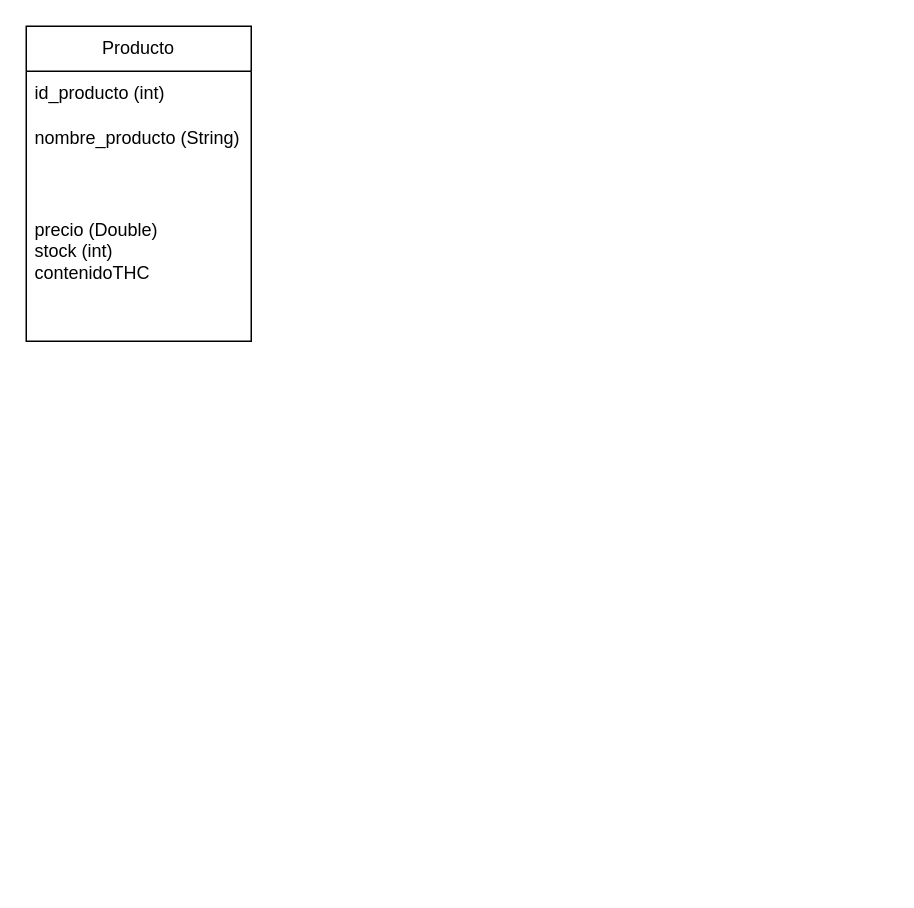
BocamoCM/cannagrowDAM keeps this draw.io diagram as BD archivos/BaseDeDatosCannaGrow.drawio. Above is the earlier version. Source tidied: cells renumbered, new cells numbered last; positions are measured from the earlier drawing's top-left corner, leaving out a move shared by most shapes. Both pictures are drawn from the tidied source at 150%, with x=0, y=0 at pixel (26, 26).
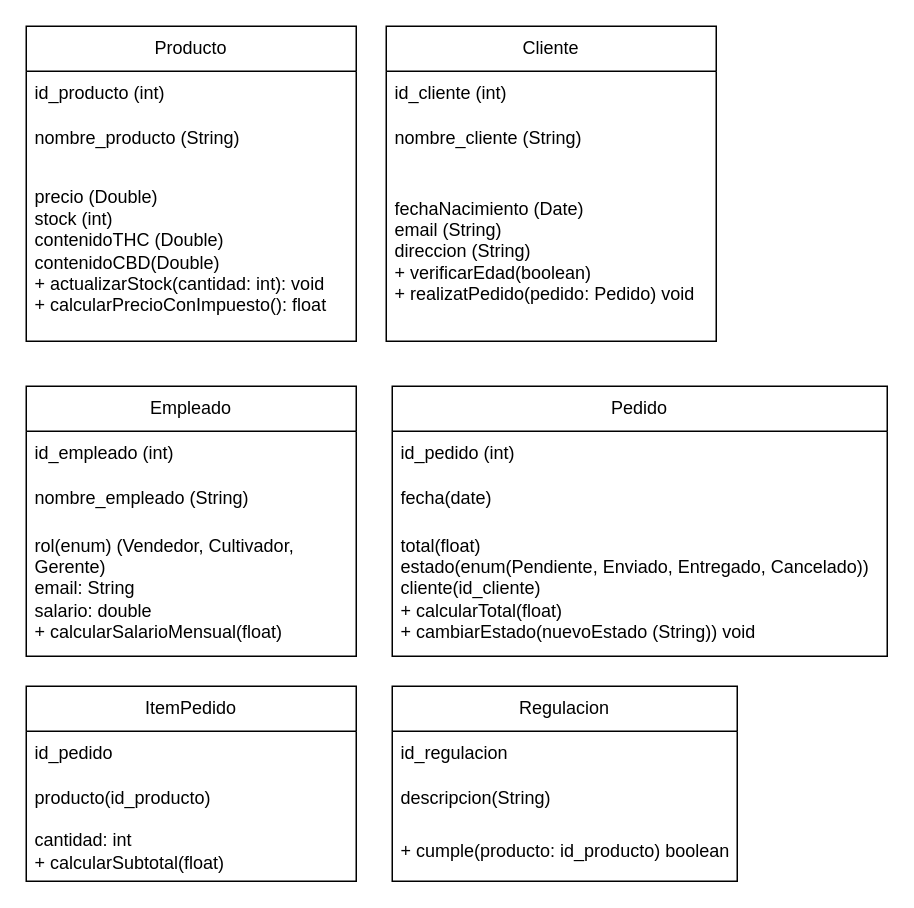
Above is the later version.

Commit message:
UML hecho

Diff of the diagram source:
```diff
@@
     <mxCell id="2" value="Producto" style="swimlane;fontStyle=0;horizontal=1;startSize=30;whiteSpace=wrap;html=1;" parent="1" vertex="1">
-      <mxGeometry width="150" height="210" as="geometry" />
+      <mxGeometry width="220" height="210" as="geometry" />
     </mxCell>
     <mxCell id="3" value="id_producto (int)" style="text;strokeColor=none;fillColor=none;align=left;verticalAlign=middle;spacingLeft=4;spacingRight=4;overflow=hidden;whiteSpace=wrap;html=1;" parent="2" vertex="1">
-      <mxGeometry y="30" width="150" height="30" as="geometry" />
+      <mxGeometry y="30" width="220" height="30" as="geometry" />
     </mxCell>
     <mxCell id="4" value="nombre_producto (String)" style="text;strokeColor=none;fillColor=none;align=left;verticalAlign=middle;spacingLeft=4;spacingRight=4;overflow=hidden;whiteSpace=wrap;html=1;" parent="2" vertex="1">
-      <mxGeometry y="60" width="150" height="30" as="geometry" />
+      <mxGeometry y="60" width="220" height="30" as="geometry" />
     </mxCell>
-    <mxCell id="5" value="precio (Double)&lt;div&gt;stock (int)&lt;/div&gt;&lt;div&gt;contenidoTHC&amp;nbsp;&lt;/div&gt;" style="text;strokeColor=none;fillColor=none;align=left;verticalAlign=middle;spacingLeft=4;spacingRight=4;overflow=hidden;whiteSpace=wrap;html=1;" parent="2" vertex="1">
-      <mxGeometry y="90" width="150" height="120" as="geometry" />
+    <mxCell id="5" value="precio (Double)&lt;div&gt;stock (int)&lt;/div&gt;&lt;div&gt;contenidoTHC (Double)&lt;/div&gt;&lt;div&gt;contenidoCBD(Double)&lt;/div&gt;&lt;div&gt;+ actualizarStock(cantidad: int): void&lt;/div&gt;&lt;div&gt;+ calcularPrecioConImpuesto(): float&amp;nbsp;&lt;/div&gt;" style="text;strokeColor=none;fillColor=none;align=left;verticalAlign=middle;spacingLeft=4;spacingRight=4;overflow=hidden;whiteSpace=wrap;html=1;" parent="2" vertex="1">
+      <mxGeometry y="90" width="220" height="120" as="geometry" />
     </mxCell>
+    <mxCell id="6" value="Cliente" style="swimlane;fontStyle=0;horizontal=1;startSize=30;whiteSpace=wrap;html=1;" parent="1" vertex="1">
+      <mxGeometry x="240" width="220" height="210" as="geometry" />
+    </mxCell>
+    <mxCell id="7" value="id_cliente (int)" style="text;strokeColor=none;fillColor=none;align=left;verticalAlign=middle;spacingLeft=4;spacingRight=4;overflow=hidden;whiteSpace=wrap;html=1;" parent="6" vertex="1">
+      <mxGeometry y="30" width="220" height="30" as="geometry" />
+    </mxCell>
+    <mxCell id="8" value="nombre_cliente (String)" style="text;strokeColor=none;fillColor=none;align=left;verticalAlign=middle;spacingLeft=4;spacingRight=4;overflow=hidden;whiteSpace=wrap;html=1;" parent="6" vertex="1">
+      <mxGeometry y="60" width="220" height="30" as="geometry" />
+    </mxCell>
+    <mxCell id="9" value="fechaNacimiento (Date)&lt;div&gt;email (String)&lt;/div&gt;&lt;div&gt;direccion (String)&lt;/div&gt;&lt;div&gt;+ verificarEdad(boolean)&lt;/div&gt;&lt;div&gt;+ realizatPedido(pedido: Pedido) void&lt;/div&gt;" style="text;strokeColor=none;fillColor=none;align=left;verticalAlign=middle;spacingLeft=4;spacingRight=4;overflow=hidden;whiteSpace=wrap;html=1;" parent="6" vertex="1">
+      <mxGeometry y="90" width="220" height="120" as="geometry" />
+    </mxCell>
+    <mxCell id="10" value="Empleado" style="swimlane;fontStyle=0;horizontal=1;startSize=30;whiteSpace=wrap;html=1;" parent="1" vertex="1">
+      <mxGeometry y="240" width="220" height="180" as="geometry" />
+    </mxCell>
+    <mxCell id="11" value="id_empleado (int)" style="text;strokeColor=none;fillColor=none;align=left;verticalAlign=middle;spacingLeft=4;spacingRight=4;overflow=hidden;whiteSpace=wrap;html=1;" parent="10" vertex="1">
+      <mxGeometry y="30" width="220" height="30" as="geometry" />
+    </mxCell>
+    <mxCell id="12" value="nombre_empleado (String)" style="text;strokeColor=none;fillColor=none;align=left;verticalAlign=middle;spacingLeft=4;spacingRight=4;overflow=hidden;whiteSpace=wrap;html=1;" parent="10" vertex="1">
+      <mxGeometry y="60" width="220" height="30" as="geometry" />
+    </mxCell>
+    <mxCell id="13" value="rol(enum) (Vendedor, Cultivador, Gerente)&lt;div&gt;email: String&lt;/div&gt;&lt;div&gt;salario: double&lt;/div&gt;&lt;div&gt;+ calcularSalarioMensual(float)&lt;/div&gt;" style="text;strokeColor=none;fillColor=none;align=left;verticalAlign=middle;spacingLeft=4;spacingRight=4;overflow=hidden;whiteSpace=wrap;html=1;" parent="10" vertex="1">
+      <mxGeometry y="90" width="220" height="90" as="geometry" />
+    </mxCell>
+    <mxCell id="14" value="Pedido" style="swimlane;fontStyle=0;horizontal=1;startSize=30;whiteSpace=wrap;html=1;" parent="1" vertex="1">
+      <mxGeometry x="244" y="240" width="330" height="180" as="geometry" />
+    </mxCell>
+    <mxCell id="15" value="id_pedido (int)" style="text;strokeColor=none;fillColor=none;align=left;verticalAlign=middle;spacingLeft=4;spacingRight=4;overflow=hidden;whiteSpace=wrap;html=1;" parent="14" vertex="1">
+      <mxGeometry y="30" width="330" height="30" as="geometry" />
+    </mxCell>
+    <mxCell id="16" value="fecha(date)" style="text;strokeColor=none;fillColor=none;align=left;verticalAlign=middle;spacingLeft=4;spacingRight=4;overflow=hidden;whiteSpace=wrap;html=1;" parent="14" vertex="1">
+      <mxGeometry y="60" width="330" height="30" as="geometry" />
+    </mxCell>
+    <mxCell id="17" value="total(float)&lt;div&gt;estado(enum(Pendiente, Enviado, Entregado, Cancelado))&lt;/div&gt;&lt;div&gt;cliente(id_cliente)&lt;/div&gt;&lt;div&gt;+ calcularTotal(float)&lt;/div&gt;&lt;div&gt;+ cambiarEstado(nuevoEstado (String)) void&lt;/div&gt;" style="text;strokeColor=none;fillColor=none;align=left;verticalAlign=middle;spacingLeft=4;spacingRight=4;overflow=hidden;whiteSpace=wrap;html=1;" parent="14" vertex="1">
+      <mxGeometry y="90" width="330" height="90" as="geometry" />
+    </mxCell>
+    <mxCell id="18" value="ItemPedido" style="swimlane;fontStyle=0;horizontal=1;startSize=30;whiteSpace=wrap;html=1;" parent="1" vertex="1">
+      <mxGeometry y="440" width="220" height="130" as="geometry" />
+    </mxCell>
+    <mxCell id="19" value="id_pedido" style="text;strokeColor=none;fillColor=none;align=left;verticalAlign=middle;spacingLeft=4;spacingRight=4;overflow=hidden;whiteSpace=wrap;html=1;" parent="18" vertex="1">
+      <mxGeometry y="30" width="220" height="30" as="geometry" />
+    </mxCell>
+    <mxCell id="20" value="producto(id_producto)" style="text;strokeColor=none;fillColor=none;align=left;verticalAlign=middle;spacingLeft=4;spacingRight=4;overflow=hidden;whiteSpace=wrap;html=1;" parent="18" vertex="1">
+      <mxGeometry y="60" width="220" height="30" as="geometry" />
+    </mxCell>
+    <mxCell id="21" value="cantidad: int&lt;div&gt;+ calcularSubtotal(float)&lt;/div&gt;" style="text;strokeColor=none;fillColor=none;align=left;verticalAlign=middle;spacingLeft=4;spacingRight=4;overflow=hidden;whiteSpace=wrap;html=1;" parent="18" vertex="1">
+      <mxGeometry y="90" width="220" height="40" as="geometry" />
+    </mxCell>
+    <mxCell id="22" value="Regulacion" style="swimlane;fontStyle=0;horizontal=1;startSize=30;whiteSpace=wrap;html=1;" parent="1" vertex="1">
+      <mxGeometry x="244" y="440" width="230" height="130" as="geometry" />
+    </mxCell>
+    <mxCell id="23" value="id_regulacion" style="text;strokeColor=none;fillColor=none;align=left;verticalAlign=middle;spacingLeft=4;spacingRight=4;overflow=hidden;whiteSpace=wrap;html=1;" parent="22" vertex="1">
+      <mxGeometry y="30" width="230" height="30" as="geometry" />
+    </mxCell>
+    <mxCell id="24" value="descripcion(String)" style="text;strokeColor=none;fillColor=none;align=left;verticalAlign=middle;spacingLeft=4;spacingRight=4;overflow=hidden;whiteSpace=wrap;html=1;" parent="22" vertex="1">
+      <mxGeometry y="60" width="230" height="30" as="geometry" />
+    </mxCell>
+    <mxCell id="25" value="+ cumple(producto: id_producto) boolean" style="text;strokeColor=none;fillColor=none;align=left;verticalAlign=middle;spacingLeft=4;spacingRight=4;overflow=hidden;whiteSpace=wrap;html=1;" parent="22" vertex="1">
+      <mxGeometry y="90" width="230" height="40" as="geometry" />
+    </mxCell>
```
